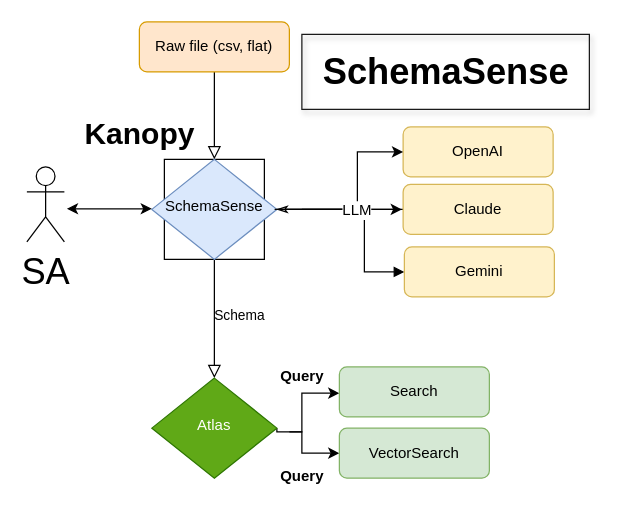
Earlier version of the draw.io diagram 2024 - Hackathon.drawio (jakeskeez/Diagrams). Source tidied: cells renumbered, new cells numbered last; positions are measured from the earlier drawing's top-left corner, leaving out a move shared by most shapes. Both pictures are drawn from the tidied source at 125%, with x=0, y=0 at pixel (26, 21).
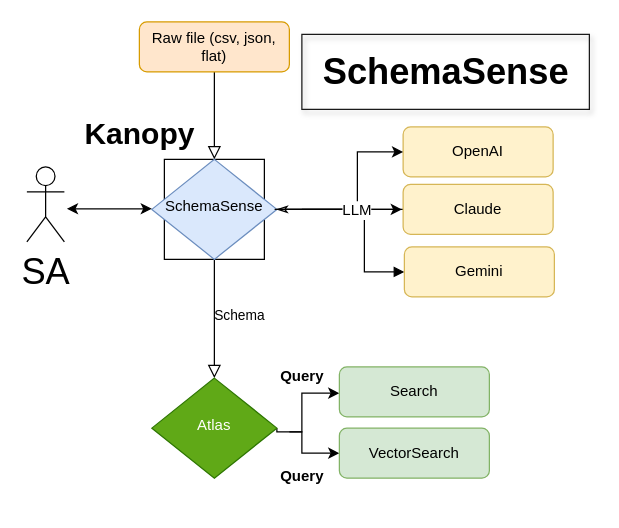
After the change.

The edit, as a diff of the source:
```diff
@@
-    <mxCell id="4" value="Raw file (csv, flat)" style="rounded=1;whiteSpace=wrap;html=1;fontSize=12;glass=0;strokeWidth=1;shadow=0;fillColor=#ffe6cc;strokeColor=#d79b00;" parent="1" vertex="1">
+    <mxCell id="4" value="Raw file (csv, json, flat)" style="rounded=1;whiteSpace=wrap;html=1;fontSize=12;glass=0;strokeWidth=1;shadow=0;fillColor=#ffe6cc;strokeColor=#d79b00;" parent="1" vertex="1">
       <mxGeometry x="90" width="120" height="40" as="geometry" />
     </mxCell>
```
